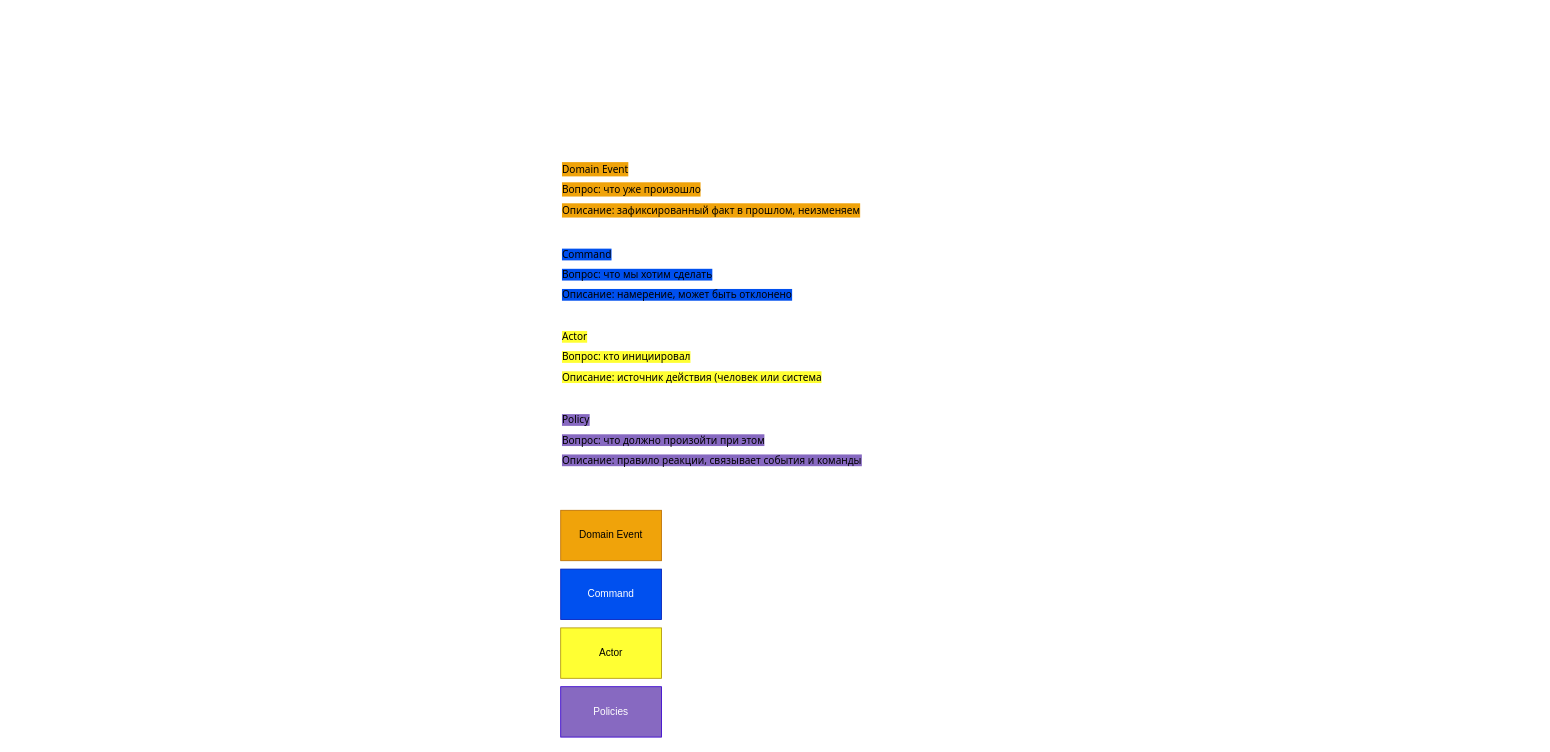
This is canon/03_event_storming.dio from danilger/ddd_strong_contract_agent_loop_starter, a draw.io file, before an edit. Source tidied: cells renumbered, new cells numbered last; positions are measured from the earlier drawing's top-left corner, leaving out a move shared by most shapes. Both pictures are drawn from the tidied source at 84%, with x=0, y=0 at pixel (560, 149).
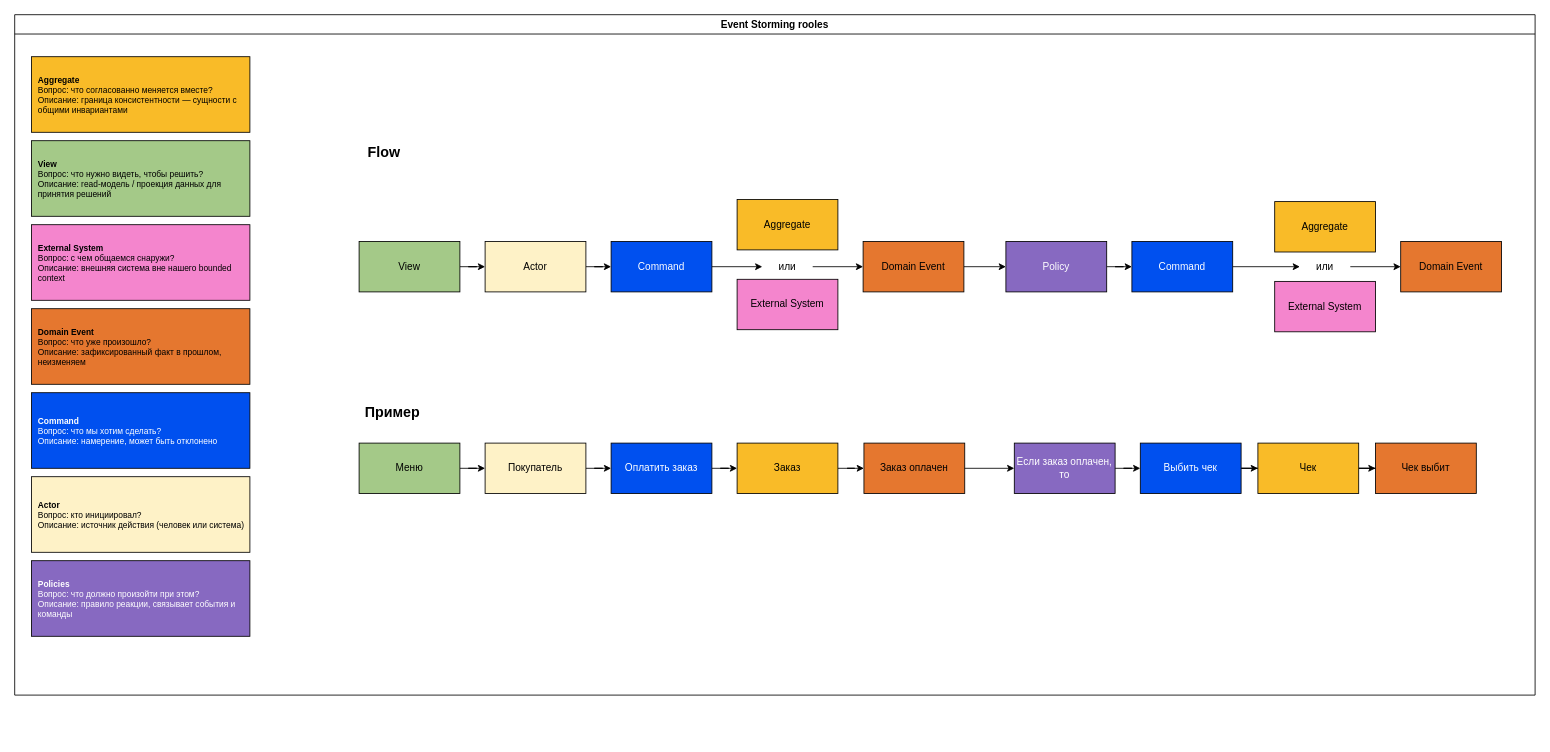
The same diagram, later.

What changed in the source:
```diff
@@
-    <mxCell id="2" value="Domain Event" style="rounded=0;whiteSpace=wrap;html=1;fillStyle=solid;fillColor=#F0A30A;fontColor=#000000;strokeColor=#BD7000;" parent="1" vertex="1">
-      <mxGeometry y="430" width="120" height="60" as="geometry" />
-    </mxCell>
-    <mxCell id="3" value="Command" style="rounded=0;whiteSpace=wrap;html=1;fillStyle=solid;fillColor=#0050EF;fontColor=#ffffff;strokeColor=#001DBC;" parent="1" vertex="1">
-      <mxGeometry y="500" width="120" height="60" as="geometry" />
-    </mxCell>
+    <mxCell id="7" value="Event Storming rooles" style="swimlane;whiteSpace=wrap;html=1;" parent="1" vertex="1">
+      <mxGeometry x="-650" y="-160" width="1810" height="810" as="geometry" />
+    </mxCell>
+    <mxCell id="8" value="&lt;b&gt;Domain Event&lt;/b&gt;&lt;br&gt;Вопрос: что уже произошло?&lt;br&gt;Описание: зафиксированный факт в прошлом, неизменяем" style="rounded=0;whiteSpace=wrap;html=1;fillStyle=solid;fillColor=light-dark(#e5772f, #9a5800);fontColor=#000000;strokeColor=default;fontSize=10;align=left;spacingLeft=6;spacingRight=4;spacingTop=2;" parent="7" vertex="1">
+      <mxGeometry x="20" y="350" width="260" height="90" as="geometry" />
+    </mxCell>
+    <mxCell id="9" value="&lt;b&gt;Command&lt;/b&gt;&lt;br&gt;Вопрос: что мы хотим сделать?&lt;br&gt;Описание: намерение, может быть отклонено" style="rounded=0;whiteSpace=wrap;html=1;fillStyle=solid;fillColor=#0050EF;fontColor=#ffffff;strokeColor=default;fontSize=10;align=left;spacingLeft=6;spacingRight=4;spacingTop=2;" parent="7" vertex="1">
+      <mxGeometry x="20" y="450" width="260" height="90" as="geometry" />
+    </mxCell>
+    <mxCell id="10" value="&lt;b&gt;Actor&lt;/b&gt;&lt;br&gt;Вопрос: кто инициировал?&lt;br&gt;Описание: источник действия (человек или система)" style="rounded=0;whiteSpace=wrap;html=1;fillStyle=solid;fillColor=light-dark(#fef2c7, #2b2b00);fontColor=#000000;strokeColor=default;fontSize=10;align=left;spacingLeft=6;spacingRight=4;spacingTop=2;" parent="7" vertex="1">
+      <mxGeometry x="20" y="550" width="260" height="90" as="geometry" />
+    </mxCell>
+    <mxCell id="11" value="&lt;b&gt;Policies&lt;/b&gt;&lt;br&gt;Вопрос: что должно произойти при этом?&lt;br&gt;Описание: правило реакции, связывает события и команды" style="rounded=0;whiteSpace=wrap;html=1;fillStyle=solid;fillColor=#8769C1;strokeColor=default;fontColor=#ffffff;fontSize=10;align=left;spacingLeft=6;spacingRight=4;spacingTop=2;" parent="7" vertex="1">
+      <mxGeometry x="20" y="650" width="260" height="90" as="geometry" />
+    </mxCell>
+    <mxCell id="12" value="&lt;b&gt;External System&lt;/b&gt;&lt;br&gt;Вопрос: с чем общаемся снаружи?&lt;br&gt;Описание: внешняя система вне нашего bounded context" style="rounded=0;whiteSpace=wrap;html=1;fillStyle=solid;fillColor=light-dark(#f485cd, #9a5800);fontColor=#000000;strokeColor=default;fontSize=10;align=left;spacingLeft=6;spacingRight=4;spacingTop=2;" parent="7" vertex="1">
+      <mxGeometry x="20" y="250" width="260" height="90" as="geometry" />
+    </mxCell>
+    <mxCell id="13" value="&lt;b&gt;View&lt;/b&gt;&lt;br&gt;Вопрос: что нужно видеть, чтобы решить?&lt;br&gt;Описание: read-модель / проекция данных для принятия решений" style="rounded=0;whiteSpace=wrap;html=1;fillStyle=solid;fillColor=light-dark(#a4c988, #9a5800);fontColor=#000000;strokeColor=default;fontSize=10;align=left;spacingLeft=6;spacingRight=4;spacingTop=2;" parent="7" vertex="1">
+      <mxGeometry x="20" y="150" width="260" height="90" as="geometry" />
+    </mxCell>
+    <mxCell id="14" value="&lt;b&gt;Aggregate&lt;/b&gt;&lt;br&gt;Вопрос: что согласованно меняется вместе?&lt;br&gt;Описание: граница консистентности — сущности с общими инвариантами" style="rounded=0;whiteSpace=wrap;html=1;fillStyle=solid;fillColor=light-dark(#f9bb28, #9a5800);fontColor=#000000;strokeColor=default;fontSize=10;align=left;spacingLeft=6;spacingRight=4;spacingTop=2;" parent="7" vertex="1">
+      <mxGeometry x="20" y="50" width="260" height="90" as="geometry" />
+    </mxCell>
+    <mxCell id="15" style="edgeStyle=orthogonalEdgeStyle;rounded=0;jettySize=auto;html=1;fontFamily=Helvetica;fontSize=12;fontColor=default;" parent="7" edge="1" source="16" target="4">
+      <mxGeometry relative="1" as="geometry" />
+    </mxCell>
+    <mxCell id="16" value="View" style="whiteSpace=wrap;html=1;gradientColor=none;fillColor=#A4C988;" parent="7" vertex="1">
+      <mxGeometry x="410" y="270" width="120" height="60" as="geometry" />
+    </mxCell>
+    <mxCell id="17" style="edgeStyle=orthogonalEdgeStyle;rounded=0;jettySize=auto;html=1;fontFamily=Helvetica;fontSize=12;fontColor=default;" parent="7" edge="1" source="4" target="19">
+      <mxGeometry relative="1" as="geometry" />
+    </mxCell>
-    <mxCell id="4" value="Actor" style="rounded=0;whiteSpace=wrap;html=1;fillStyle=solid;fillColor=#FFFF33;fontColor=#000000;strokeColor=#B09500;" parent="1" vertex="1">
-      <mxGeometry y="570" width="120" height="60" as="geometry" />
+    <mxCell id="4" value="Actor" style="whiteSpace=wrap;html=1;gradientColor=none;fillColor=light-dark(#fef2c7, #36561e);" parent="7" vertex="1">
+      <mxGeometry x="560" y="270" width="120" height="60" as="geometry" />
     </mxCell>
-    <mxCell id="5" value="Policies" style="rounded=0;whiteSpace=wrap;html=1;fillStyle=solid;fillColor=#8769C1;strokeColor=#3700CC;fontColor=#ffffff;" parent="1" vertex="1">
-      <mxGeometry y="640" width="120" height="60" as="geometry" />
-    </mxCell>
-    <mxCell id="6" value="&lt;p class=&quot;PDq2pG_selectionAnchorContainer&quot; style=&quot;font-size: 12px; line-height: 100%;&quot;&gt;&lt;font face=&quot;Tahoma&quot; style=&quot;background-color: rgb(240, 163, 10); font-size: 12px;&quot; color=&quot;#000000&quot;&gt;Domain Event&lt;br style=&quot;font-size: 12px;&quot;&gt;&lt;/font&gt;&lt;/p&gt;&lt;p style=&quot;line-height: 100%;&quot;&gt;&lt;font face=&quot;Tahoma&quot;&gt;&lt;font style=&quot;background-color: rgb(240, 163, 10); font-size: 12px;&quot; color=&quot;#000000&quot;&gt;Вопрос: что уже произошло&lt;/font&gt;&lt;/font&gt;&lt;/p&gt;&lt;font face=&quot;Tahoma&quot;&gt;&lt;font style=&quot;background-color: rgb(240, 163, 10); font-size: 12px;&quot; color=&quot;#000000&quot;&gt;Описание: зафиксированный факт в прошлом, неизменяем&lt;/font&gt;&lt;span class=&quot;PDq2pG_selectionAnchor&quot; aria-hidden=&quot;true&quot; style=&quot;font-size: 12px;&quot;&gt;&lt;/span&gt;&lt;/font&gt;&lt;p&gt;&lt;/p&gt;&lt;font face=&quot;Tahoma&quot;&gt;&lt;br style=&quot;font-size: 12px;&quot;&gt;&lt;/font&gt;&lt;p style=&quot;font-size: 12px; line-height: 100%;&quot;&gt;&lt;span style=&quot;background-color: rgb(0, 80, 239); font-size: 12px;&quot;&gt;&lt;font face=&quot;Tahoma&quot;&gt;Command&lt;br style=&quot;font-size: 12px;&quot;&gt;&lt;br style=&quot;font-size: 12px;&quot;&gt;Вопрос: что мы хотим сделать&lt;br style=&quot;font-size: 12px;&quot;&gt;&lt;br style=&quot;font-size: 12px;&quot;&gt;Описание: намерение, может быть отклонено&lt;/font&gt;&lt;/span&gt;&lt;/p&gt;&lt;font face=&quot;Tahoma&quot;&gt;&lt;br style=&quot;font-size: 12px;&quot;&gt;&lt;/font&gt;&lt;p style=&quot;font-size: 12px; line-height: 100%;&quot;&gt;&lt;span style=&quot;background-color: rgb(255, 255, 51); font-size: 12px;&quot;&gt;&lt;font face=&quot;Tahoma&quot; color=&quot;#000000&quot; style=&quot;font-size: 12px;&quot;&gt;Actor&lt;br style=&quot;font-size: 12px;&quot;&gt;&lt;br style=&quot;font-size: 12px;&quot;&gt;Вопрос: кто инициировал&lt;br style=&quot;font-size: 12px;&quot;&gt;&lt;br style=&quot;font-size: 12px;&quot;&gt;Описание: источник действия (человек или система&lt;/font&gt;&lt;/span&gt;&lt;/p&gt;&lt;font face=&quot;Tahoma&quot;&gt;&lt;br style=&quot;font-size: 12px;&quot;&gt;&lt;/font&gt;&lt;p style=&quot;font-size: 12px; line-height: 100%;&quot;&gt;&lt;span style=&quot;background-color: rgb(135, 105, 193); font-size: 12px;&quot;&gt;&lt;font face=&quot;Tahoma&quot;&gt;Policy&lt;br style=&quot;font-size: 12px;&quot;&gt;&lt;br style=&quot;font-size: 12px;&quot;&gt;Вопрос: что должно произойти при этом&lt;br style=&quot;font-size: 12px;&quot;&gt;&lt;br style=&quot;font-size: 12px;&quot;&gt;Описание: правило реакции, связывает события и команды&lt;/font&gt;&lt;/span&gt;&lt;/p&gt;" style="text;whiteSpace=wrap;html=1;fontSize=12;strokeWidth=2;" parent="1" vertex="1">
-      <mxGeometry width="370" height="400" as="geometry" />
-    </mxCell>
+    <mxCell id="18" style="edgeStyle=orthogonalEdgeStyle;rounded=0;jettySize=auto;html=1;fontFamily=Helvetica;fontSize=12;fontColor=default;" parent="7" edge="1" source="19" target="22">
+      <mxGeometry relative="1" as="geometry" />
+    </mxCell>
+    <mxCell id="19" value="Command" style="whiteSpace=wrap;html=1;gradientColor=none;fillColor=light-dark(#0050ef, #36561e);fontColor=#FFFFFF;" parent="7" vertex="1">
+      <mxGeometry x="710" y="270" width="120" height="60" as="geometry" />
+    </mxCell>
+    <mxCell id="20" value="Aggregate" style="whiteSpace=wrap;html=1;gradientColor=none;fillColor=light-dark(#f9bb28, #36561e);" parent="7" vertex="1">
+      <mxGeometry x="860" y="220" width="120" height="60" as="geometry" />
+    </mxCell>
+    <mxCell id="21" style="edgeStyle=orthogonalEdgeStyle;rounded=0;jettySize=auto;html=1;fontFamily=Helvetica;fontSize=12;fontColor=default;" parent="7" edge="1" source="22" target="29">
+      <mxGeometry relative="1" as="geometry" />
+    </mxCell>
+    <mxCell id="22" value="или" style="text;html=1;whiteSpace=wrap;strokeColor=none;fillColor=none;align=center;verticalAlign=middle;rounded=0;fontFamily=Helvetica;fontSize=12;fontColor=default;" parent="7" vertex="1">
+      <mxGeometry x="890" y="285" width="60" height="30" as="geometry" />
+    </mxCell>
+    <mxCell id="23" value="External System" style="whiteSpace=wrap;html=1;gradientColor=none;fillColor=light-dark(#f485cd, #36561e);" parent="7" vertex="1">
+      <mxGeometry x="860" y="315" width="120" height="60" as="geometry" />
+    </mxCell>
+    <mxCell id="24" style="edgeStyle=orthogonalEdgeStyle;rounded=0;jettySize=auto;html=1;fontFamily=Helvetica;fontSize=12;fontColor=default;" parent="7" edge="1" source="25" target="27">
+      <mxGeometry relative="1" as="geometry" />
+    </mxCell>
+    <mxCell id="25" value="Policy" style="whiteSpace=wrap;html=1;strokeColor=#000000;align=center;verticalAlign=middle;fontFamily=Helvetica;fontSize=12;fontColor=#FFFFFF;fillColor=light-dark(#8769c1, #ededed);" parent="7" vertex="1">
+      <mxGeometry x="1180" y="270" width="120" height="60" as="geometry" />
+    </mxCell>
+    <mxCell id="26" style="edgeStyle=orthogonalEdgeStyle;rounded=0;jettySize=auto;html=1;fontFamily=Helvetica;fontSize=12;fontColor=default;" parent="7" edge="1" source="27" target="34">
+      <mxGeometry relative="1" as="geometry" />
+    </mxCell>
+    <mxCell id="27" value="Command" style="whiteSpace=wrap;html=1;gradientColor=none;fillColor=light-dark(#0050ef, #36561e);fontColor=#FFFFFF;" parent="7" vertex="1">
+      <mxGeometry x="1330" y="270" width="120" height="60" as="geometry" />
+    </mxCell>
+    <mxCell id="28" style="edgeStyle=orthogonalEdgeStyle;rounded=0;jettySize=auto;html=1;fontFamily=Helvetica;fontSize=12;fontColor=default;" parent="7" edge="1" source="29" target="25">
+      <mxGeometry relative="1" as="geometry" />
+    </mxCell>
+    <mxCell id="29" value="Domain Event" style="whiteSpace=wrap;html=1;gradientColor=none;fillColor=light-dark(#e5772f, #36561e);" parent="7" vertex="1">
+      <mxGeometry x="1010" y="270" width="120" height="60" as="geometry" />
+    </mxCell>
+    <mxCell id="30" value="Aggregate" style="whiteSpace=wrap;html=1;gradientColor=none;fillColor=light-dark(#f9bb28, #36561e);" parent="7" vertex="1">
+      <mxGeometry x="1500" y="222.5" width="120" height="60" as="geometry" />
+    </mxCell>
+    <mxCell id="31" value="External System" style="whiteSpace=wrap;html=1;gradientColor=none;fillColor=light-dark(#f485cd, #36561e);" parent="7" vertex="1">
+      <mxGeometry x="1500" y="317.5" width="120" height="60" as="geometry" />
+    </mxCell>
+    <mxCell id="32" value="Domain Event" style="whiteSpace=wrap;html=1;gradientColor=none;fillColor=light-dark(#e5772f, #36561e);" parent="7" vertex="1">
+      <mxGeometry x="1650" y="270" width="120" height="60" as="geometry" />
+    </mxCell>
+    <mxCell id="33" style="edgeStyle=orthogonalEdgeStyle;rounded=0;jettySize=auto;html=1;fontFamily=Helvetica;fontSize=12;fontColor=default;" parent="7" edge="1" source="34" target="32">
+      <mxGeometry relative="1" as="geometry" />
+    </mxCell>
+    <mxCell id="34" value="или" style="text;html=1;whiteSpace=wrap;strokeColor=none;fillColor=none;align=center;verticalAlign=middle;rounded=0;fontFamily=Helvetica;fontSize=12;fontColor=default;" parent="7" vertex="1">
+      <mxGeometry x="1530" y="285" width="60" height="30" as="geometry" />
+    </mxCell>
+    <mxCell id="35" value="Flow" style="text;html=1;whiteSpace=wrap;strokeColor=none;fillColor=none;align=center;verticalAlign=middle;rounded=0;fontFamily=Helvetica;fontSize=17;fontColor=default;fontStyle=1;" parent="7" vertex="1">
+      <mxGeometry x="410" y="150" width="60" height="30" as="geometry" />
+    </mxCell>
+    <mxCell id="36" value="Пример" style="text;html=1;whiteSpace=wrap;strokeColor=none;fillColor=none;align=center;verticalAlign=middle;rounded=0;fontFamily=Helvetica;fontSize=17;fontColor=default;fontStyle=1;" parent="7" vertex="1">
+      <mxGeometry x="410" y="460" width="80" height="30" as="geometry" />
+    </mxCell>
+    <mxCell id="37" style="edgeStyle=orthogonalEdgeStyle;rounded=0;jettySize=auto;html=1;fontFamily=Helvetica;fontSize=12;fontColor=default;" parent="7" edge="1" source="38" target="40">
+      <mxGeometry relative="1" as="geometry" />
+    </mxCell>
+    <mxCell id="38" value="Меню" style="whiteSpace=wrap;html=1;gradientColor=none;fillColor=#A4C988;" parent="7" vertex="1">
+      <mxGeometry x="410" y="510" width="120" height="60" as="geometry" />
+    </mxCell>
+    <mxCell id="39" style="edgeStyle=orthogonalEdgeStyle;rounded=0;jettySize=auto;html=1;fontFamily=Helvetica;fontSize=12;fontColor=default;" parent="7" edge="1" source="40" target="42">
+      <mxGeometry relative="1" as="geometry" />
+    </mxCell>
+    <mxCell id="40" value="Покупатель" style="whiteSpace=wrap;html=1;gradientColor=none;fillColor=light-dark(#fef2c7, #36561e);" parent="7" vertex="1">
+      <mxGeometry x="560" y="510" width="120" height="60" as="geometry" />
+    </mxCell>
+    <mxCell id="41" style="edgeStyle=orthogonalEdgeStyle;rounded=0;jettySize=auto;html=1;fontFamily=Helvetica;fontSize=12;fontColor=default;" parent="7" edge="1" source="42" target="44">
+      <mxGeometry relative="1" as="geometry" />
+    </mxCell>
+    <mxCell id="42" value="Оплатить заказ" style="whiteSpace=wrap;html=1;gradientColor=none;fillColor=light-dark(#0050ef, #36561e);fontColor=#FFFFFF;" parent="7" vertex="1">
+      <mxGeometry x="710" y="510" width="120" height="60" as="geometry" />
+    </mxCell>
+    <mxCell id="43" style="edgeStyle=orthogonalEdgeStyle;rounded=0;jettySize=auto;html=1;fontFamily=Helvetica;fontSize=12;fontColor=default;" parent="7" edge="1" source="44" target="45">
+      <mxGeometry relative="1" as="geometry" />
+    </mxCell>
+    <mxCell id="44" value="Заказ" style="whiteSpace=wrap;html=1;gradientColor=none;fillColor=light-dark(#f9bb28, #36561e);" parent="7" vertex="1">
+      <mxGeometry x="860" y="510" width="120" height="60" as="geometry" />
+    </mxCell>
+    <mxCell id="45" value="Заказ оплачен" style="whiteSpace=wrap;html=1;gradientColor=none;fillColor=light-dark(#e5772f, #36561e);" parent="7" vertex="1">
+      <mxGeometry x="1011" y="510" width="120" height="60" as="geometry" />
+    </mxCell>
+    <mxCell id="46" style="edgeStyle=orthogonalEdgeStyle;rounded=0;jettySize=auto;html=1;fontFamily=Helvetica;fontSize=12;fontColor=default;" parent="7" edge="1" source="45" target="48">
+      <mxGeometry relative="1" as="geometry" />
+    </mxCell>
+    <mxCell id="47" style="edgeStyle=orthogonalEdgeStyle;rounded=0;jettySize=auto;html=1;fontFamily=Helvetica;fontSize=12;fontColor=default;" parent="7" edge="1" source="48" target="50">
+      <mxGeometry relative="1" as="geometry" />
+    </mxCell>
+    <mxCell id="48" value="Если заказ оплачен, то" style="whiteSpace=wrap;html=1;strokeColor=#000000;align=center;verticalAlign=middle;fontFamily=Helvetica;fontSize=12;fontColor=#FFFFFF;fillColor=light-dark(#8769c1, #ededed);" parent="7" vertex="1">
+      <mxGeometry x="1190" y="510" width="120" height="60" as="geometry" />
+    </mxCell>
+    <mxCell id="49" style="edgeStyle=orthogonalEdgeStyle;rounded=0;jettySize=auto;html=1;fontFamily=Helvetica;fontSize=12;fontColor=default;" parent="7" edge="1" source="50" target="52">
+      <mxGeometry relative="1" as="geometry" />
+    </mxCell>
+    <mxCell id="50" value="Выбить чек" style="whiteSpace=wrap;html=1;gradientColor=none;fillColor=light-dark(#0050ef, #36561e);fontColor=#FFFFFF;" parent="7" vertex="1">
+      <mxGeometry x="1340" y="510" width="120" height="60" as="geometry" />
+    </mxCell>
+    <mxCell id="51" style="edgeStyle=orthogonalEdgeStyle;rounded=0;jettySize=auto;html=1;fontFamily=Helvetica;fontSize=12;fontColor=default;" parent="7" edge="1" source="52" target="53">
+      <mxGeometry relative="1" as="geometry" />
+    </mxCell>
+    <mxCell id="52" value="Чек" style="whiteSpace=wrap;html=1;gradientColor=none;fillColor=light-dark(#f9bb28, #36561e);" parent="7" vertex="1">
+      <mxGeometry x="1480" y="510" width="120" height="60" as="geometry" />
+    </mxCell>
+    <mxCell id="53" value="Чек выбит" style="whiteSpace=wrap;html=1;gradientColor=none;fillColor=light-dark(#e5772f, #36561e);" parent="7" vertex="1">
+      <mxGeometry x="1620" y="510" width="120" height="60" as="geometry" />
+    </mxCell>
```
